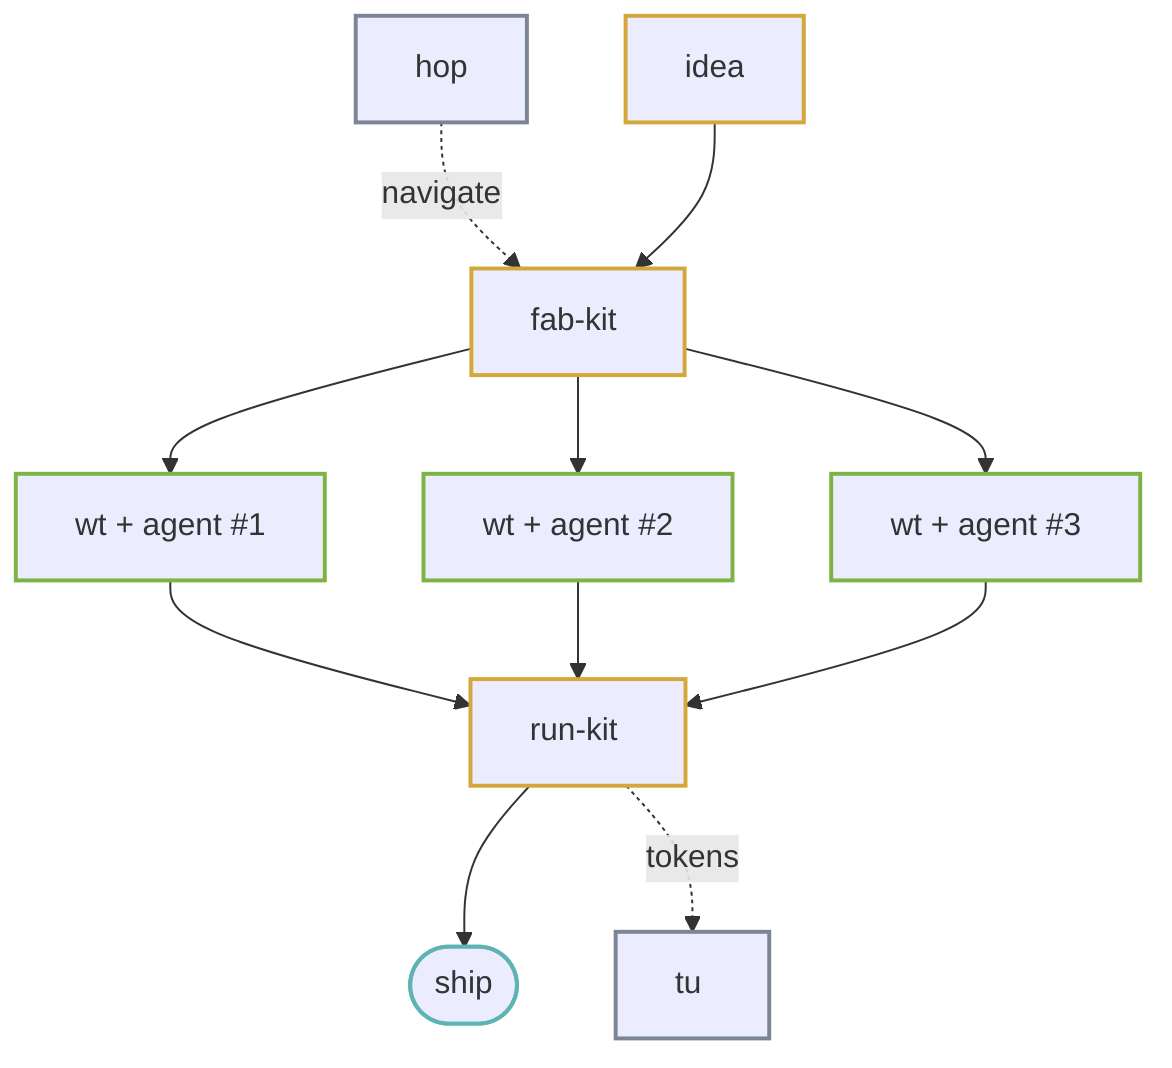
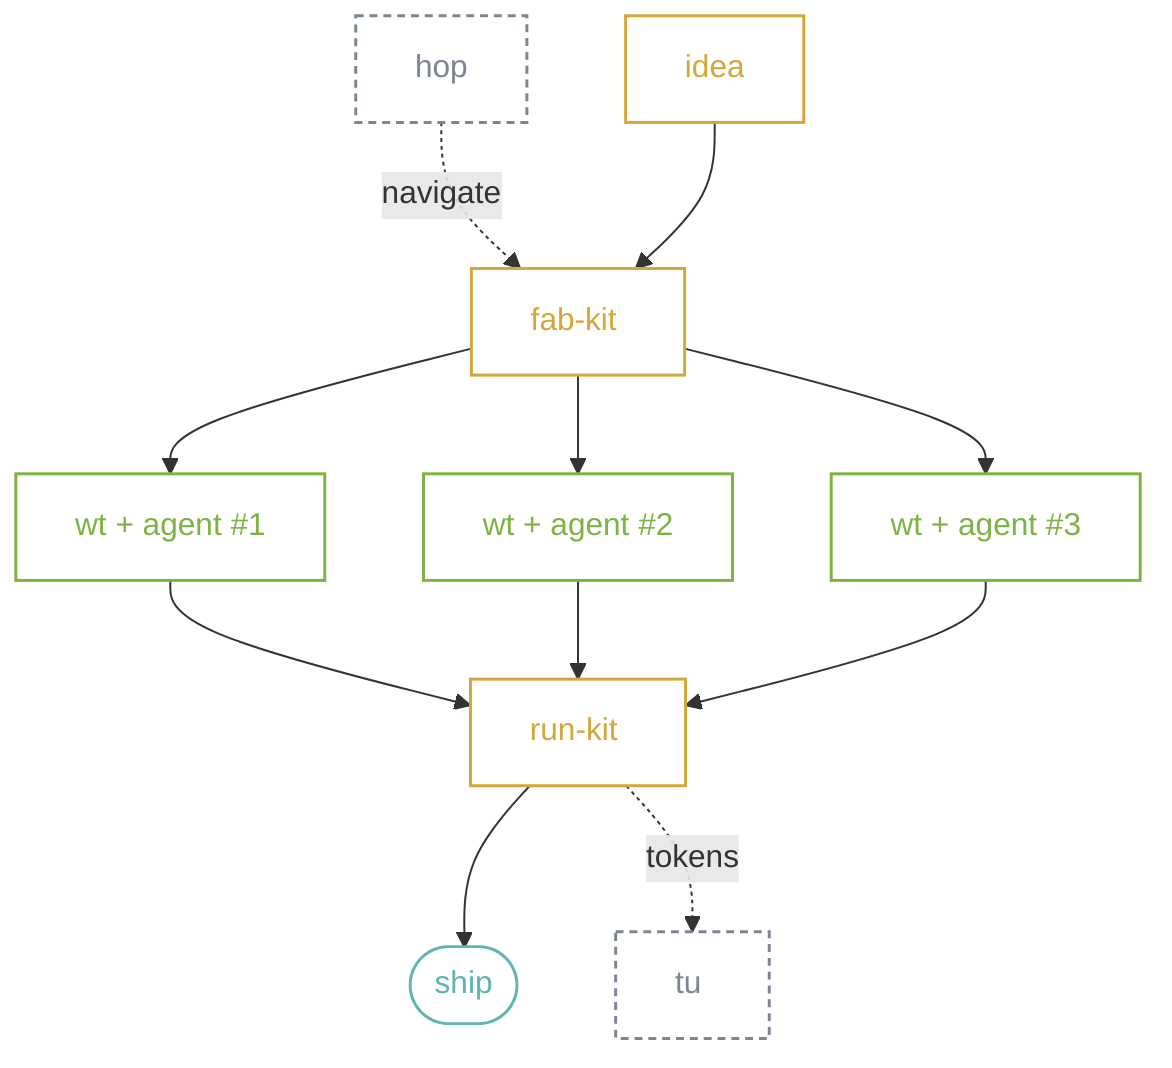
%% Some labels include a trailing &nbsp; so the browser-rendered text fits
%% inside the rect that mermaid pre-measures in headless Chrome. Without it,
%% the "t" in fab-kit/run-kit and the "u" in tu get clipped on the right edge.
flowchart TB
    hop["hop"] -.->|navigate| fab
    idea["idea"] --> fab["fab-kit&nbsp;"]
    fab --> w1["wt + agent #1"]
    fab --> w2["wt + agent #2"]
    fab --> w3["wt + agent #3"]
    w1 --> rk["run-kit&nbsp;"]
    w2 --> rk
    w3 --> rk
    rk --> ship(["ship"])
    rk -.->|tokens| tu["tu&nbsp;"]

-     classDef tool stroke:#d4a73a,stroke-width:2px;
-     classDef agent stroke:#7cb342,stroke-width:2px;
-     classDef ship stroke:#5eb3b3,stroke-width:2px;
-     classDef ambient stroke:#7c8593,stroke-width:2px;
+     classDef tool fill:transparent,stroke:#d4a73a,stroke-width:1.5px,color:#d4a73a;
+     classDef agent fill:transparent,stroke:#7cb342,stroke-width:1.5px,color:#7cb342;
+     classDef ship fill:transparent,stroke:#5eb3b3,stroke-width:1.5px,color:#5eb3b3;
+     classDef ambient fill:transparent,stroke:#7c8593,stroke-width:1.5px,stroke-dasharray:4 3,color:#7c8593;
    class idea,fab,rk tool;
    class w1,w2,w3 agent;
    class ship ship;
    class hop,tu ambient;
